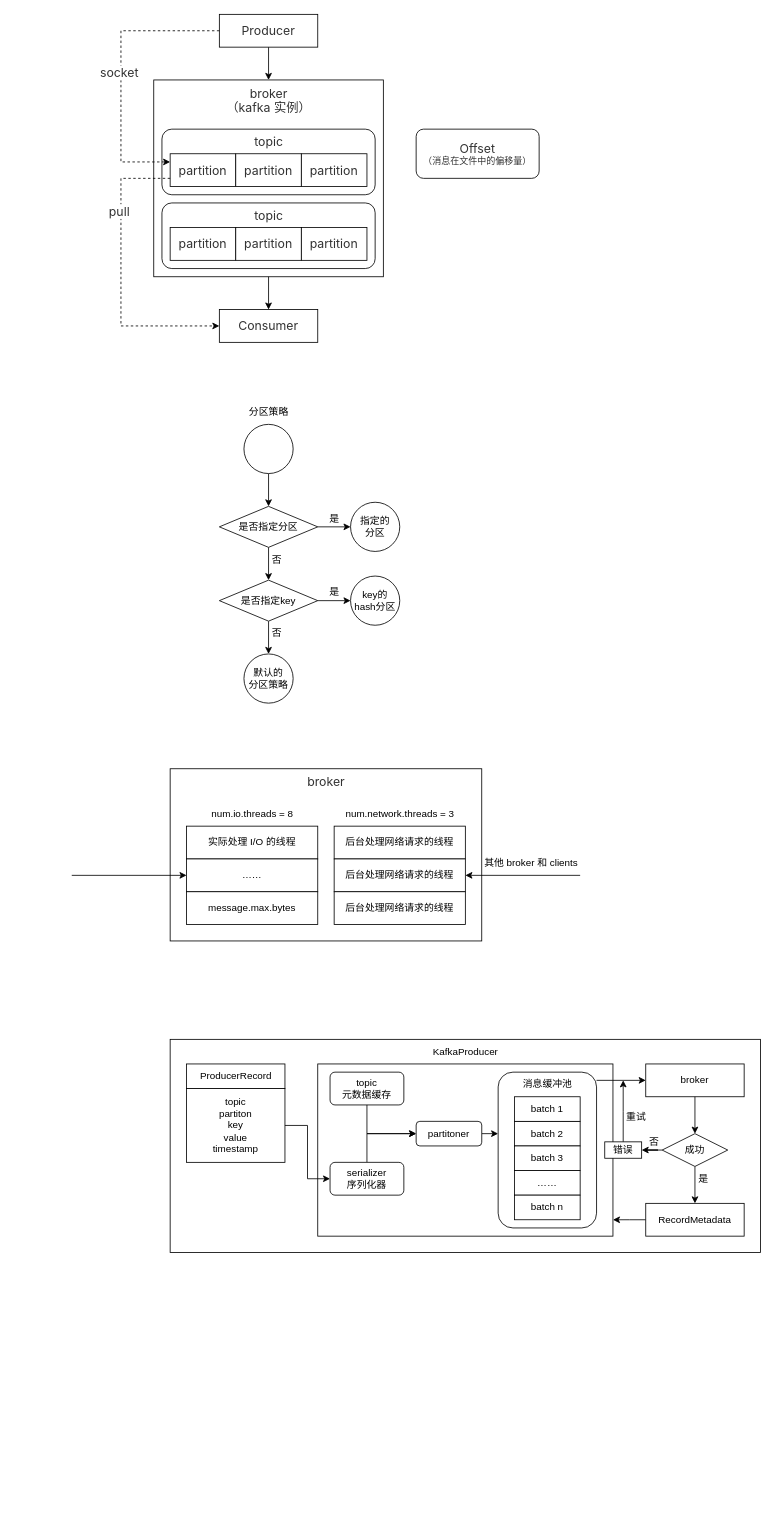
Before: kafka/kafka.drawio in zero-97/picture-of-the-article, a draw.io diagram. Source tidied: cells renumbered, new cells numbered last; positions are measured from the earlier drawing's top-left corner, leaving out a move shared by most shapes. Both pictures are drawn from the tidied source at 82%, with x=0, y=0 at pixel (71, 14).
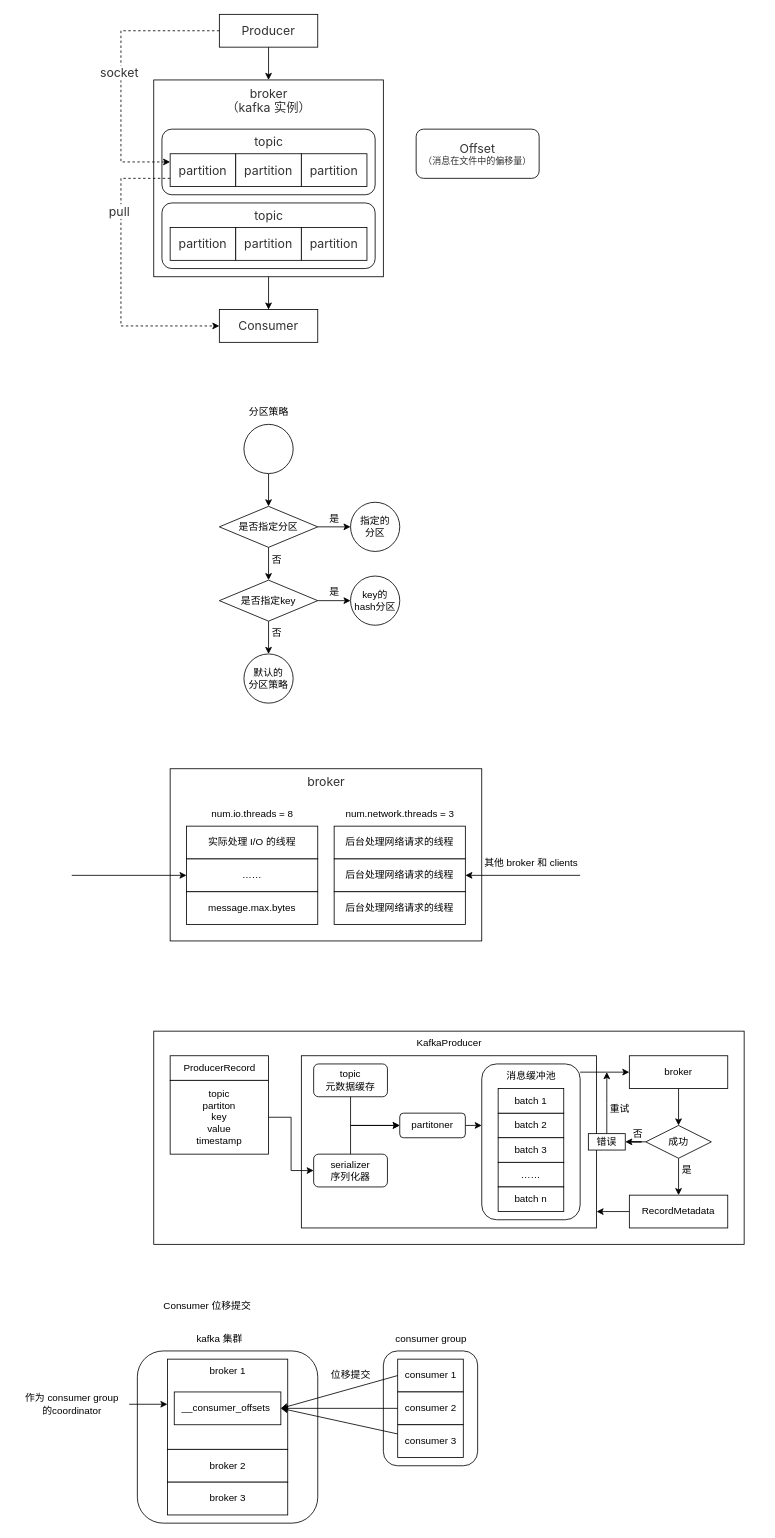
After the change.

The edit, as a diff of the source:
```diff
@@
     <mxCell id="56" style="group;" parent="1" vertex="1">
-      <mxGeometry x="120" y="1250" width="720" height="260" as="geometry" />
+      <mxGeometry x="100" y="1240" width="720" height="260" as="geometry" />
     </mxCell>
@@
+    <mxCell id="91" value="Consumer 位移提交" style="text;html=1;align=center;verticalAlign=middle;strokeColor=none;fillColor=none;" parent="1" vertex="1">
+      <mxGeometry x="100" y="1560" width="130" height="30" as="geometry" />
+    </mxCell>
+    <mxCell id="92" style="group;" parent="1" vertex="1">
+      <mxGeometry x="-70" y="1600" width="370" height="240" as="geometry" />
+    </mxCell>
+    <mxCell id="93" value="kafka 集群" style="text;html=1;align=center;verticalAlign=middle;strokeColor=none;fillColor=none;" parent="92" vertex="1">
+      <mxGeometry x="210" width="80" height="30" as="geometry" />
+    </mxCell>
+    <mxCell id="94" value="作为 consumer group &lt;br&gt;的coordinator" style="text;html=1;align=center;verticalAlign=middle;points=[];strokeColor=none;fillColor=none;" parent="92" vertex="1">
+      <mxGeometry y="75" width="140" height="40" as="geometry" />
+    </mxCell>
+    <mxCell id="95" style="group;" parent="92" vertex="1">
+      <mxGeometry x="150" y="30" width="220" height="210" as="geometry" />
+    </mxCell>
+    <mxCell id="96" style="rounded=1;whiteSpace=wrap;html=1;" parent="95" vertex="1">
+      <mxGeometry width="220" height="210" as="geometry" />
+    </mxCell>
+    <mxCell id="97" style="rounded=0;whiteSpace=wrap;html=1;" parent="95" vertex="1">
+      <mxGeometry x="36.7" y="10" width="146.7" height="110" as="geometry" />
+    </mxCell>
+    <mxCell id="98" value="broker 2" style="rounded=0;whiteSpace=wrap;html=1;" parent="95" vertex="1">
+      <mxGeometry x="36.7" y="120" width="146.7" height="40" as="geometry" />
+    </mxCell>
+    <mxCell id="99" value="broker 3" style="rounded=0;whiteSpace=wrap;html=1;" parent="95" vertex="1">
+      <mxGeometry x="36.7" y="160" width="146.7" height="40" as="geometry" />
+    </mxCell>
+    <mxCell id="100" value="&lt;span style=&quot;&quot;&gt;broker 1&lt;/span&gt;" style="text;html=1;align=center;verticalAlign=middle;strokeColor=none;fillColor=none;" parent="95" vertex="1">
+      <mxGeometry x="75" y="10" width="70" height="30" as="geometry" />
+    </mxCell>
+    <mxCell id="101" value="__consumer_offsets&amp;nbsp;" style="rounded=0;whiteSpace=wrap;html=1;" parent="95" vertex="1">
+      <mxGeometry x="45" y="50" width="130" height="40" as="geometry" />
+    </mxCell>
+    <mxCell id="102" style="edgeStyle=orthogonalEdgeStyle;rounded=0;jettySize=auto;html=1;" parent="92" edge="1" source="94" target="97">
+      <mxGeometry relative="1" as="geometry" />
+    </mxCell>
+    <mxCell id="103" style="group;" parent="1" vertex="1">
+      <mxGeometry x="380" y="1600" width="115" height="170" as="geometry" />
+    </mxCell>
+    <mxCell id="104" style="rounded=1;whiteSpace=wrap;html=1;" parent="103" vertex="1">
+      <mxGeometry y="30" width="115" height="140" as="geometry" />
+    </mxCell>
+    <mxCell id="105" value="consumer 1" style="rounded=0;whiteSpace=wrap;html=1;" parent="103" vertex="1">
+      <mxGeometry x="17.5" y="40" width="80" height="40" as="geometry" />
+    </mxCell>
+    <mxCell id="106" value="consumer 2" style="rounded=0;whiteSpace=wrap;html=1;" parent="103" vertex="1">
+      <mxGeometry x="17.5" y="80" width="80" height="40" as="geometry" />
+    </mxCell>
+    <mxCell id="107" value="consumer 3" style="rounded=0;whiteSpace=wrap;html=1;" parent="103" vertex="1">
+      <mxGeometry x="17.5" y="120" width="80" height="40" as="geometry" />
+    </mxCell>
+    <mxCell id="108" value="consumer group" style="text;html=1;align=center;verticalAlign=middle;strokeColor=none;fillColor=none;" parent="103" vertex="1">
+      <mxGeometry x="2.5" width="110" height="30" as="geometry" />
+    </mxCell>
+    <mxCell id="109" style="rounded=0;jettySize=auto;html=1;exitX=0;exitY=0.5;exitDx=0;exitDy=0;entryX=1;entryY=0.5;entryDx=0;entryDy=0;" parent="1" edge="1" source="105" target="101">
+      <mxGeometry relative="1" as="geometry" />
+    </mxCell>
+    <mxCell id="110" style="edgeStyle=none;rounded=0;jettySize=auto;html=1;entryX=1;entryY=0.5;entryDx=0;entryDy=0;" parent="1" edge="1" source="106" target="101">
+      <mxGeometry relative="1" as="geometry" />
+    </mxCell>
+    <mxCell id="111" style="edgeStyle=none;rounded=0;jettySize=auto;html=1;entryX=1;entryY=0.5;entryDx=0;entryDy=0;" parent="1" edge="1" source="107" target="101">
+      <mxGeometry relative="1" as="geometry" />
+    </mxCell>
+    <mxCell id="112" value="位移提交" style="text;html=1;align=center;verticalAlign=middle;strokeColor=none;fillColor=none;" parent="1" vertex="1">
+      <mxGeometry x="305" y="1645" width="70" height="30" as="geometry" />
+    </mxCell>
```
